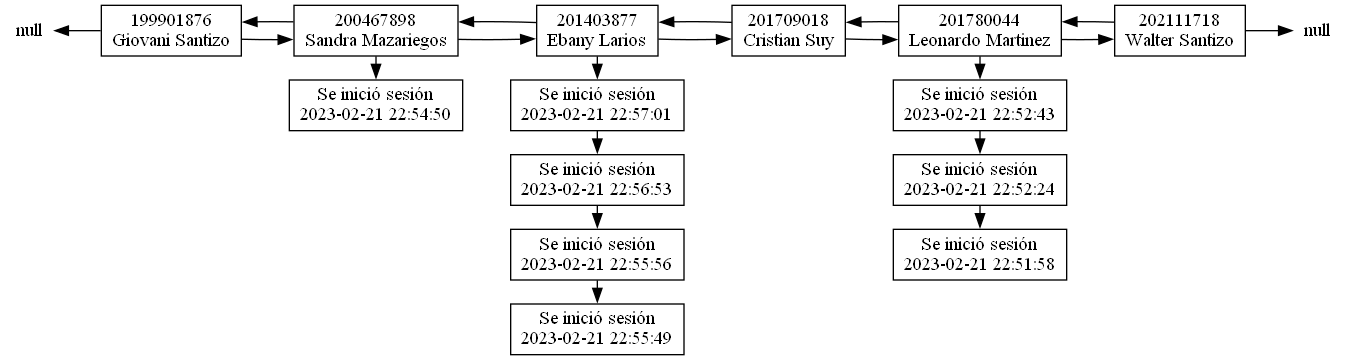
Before: EDD_Proyecto1_Fase1/Reportes/Lista.png, a diagram exported from Graphviz (walterjav19/EDD_1S2023_PY_202111718). Its source is kept beside it as EDD_Proyecto1_Fase1/Grafics/Lista.dot.
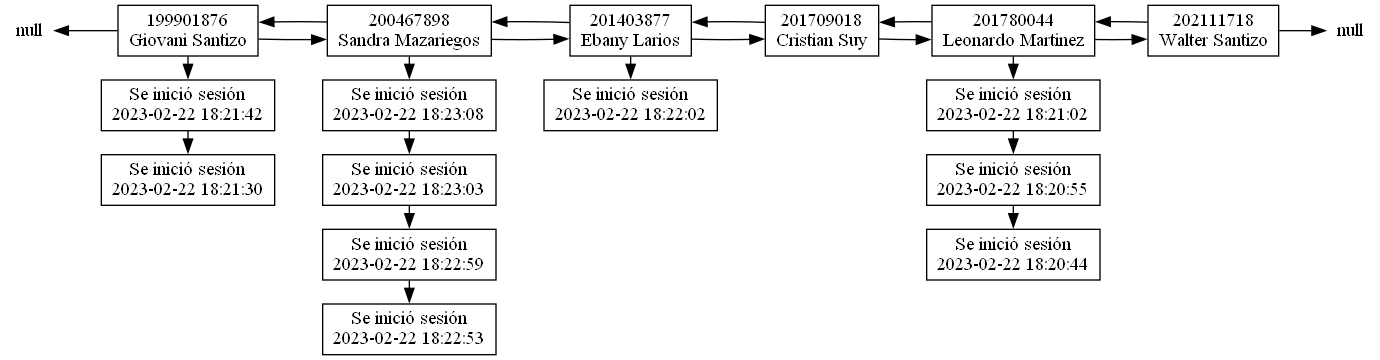
The same file after the commit.

Diff of the diagram source:
```diff
@@ -6,29 +6,36 @@
 	a199901876[label="199901876\nGiovani Santizo"]
 	a199901876->a200467898
 	nullI->a199901876[dir=back]
-			a200467898[label="200467898\nSandra Mazariegos"]
+			a199901876->n0
+	n0[label="Se inició sesión
+2023-02-22 18:21:42"]
+		n0->n1
+			n1[label="Se inició sesión
+2023-02-22 18:21:30"]
+		{rank=same;a199901876,n0,n1}
+a200467898[label="200467898\nSandra Mazariegos"]
 	a200467898->a201403877
 	a200467898->a199901876
 	a200467898->n20
 	n20[label="Se inició sesión
-2023-02-21 22:54:50"]
-		{rank=same;a200467898,n20}
+2023-02-22 18:23:08"]
+		n20->n21
+			n21[label="Se inició sesión
+2023-02-22 18:23:03"]
+		n21->n22
+			n22[label="Se inició sesión
+2023-02-22 18:22:59"]
+		n22->n23
+			n23[label="Se inició sesión
+2023-02-22 18:22:53"]
+		{rank=same;a200467898,n20,n21,n22,n23}
 a201403877[label="201403877\nEbany Larios"]
 	a201403877->a201709018
 	a201403877->a200467898
 	a201403877->n40
 	n40[label="Se inició sesión
-2023-02-21 22:57:01"]
-		n40->n41
-			n41[label="Se inició sesión
-2023-02-21 22:56:53"]
-		n41->n42
-			n42[label="Se inició sesión
-2023-02-21 22:55:56"]
-		n42->n43
-			n43[label="Se inició sesión
-2023-02-21 22:55:49"]
-		{rank=same;a201403877,n40,n41,n42,n43}
+2023-02-22 18:22:02"]
+		{rank=same;a201403877,n40}
 a201709018[label="201709018\nCristian Suy"]
 	a201709018->a201780044
 	a201709018->a201403877
@@ -37,13 +44,13 @@
 	a201780044->a201709018
 	a201780044->n80
 	n80[label="Se inició sesión
-2023-02-21 22:52:43"]
+2023-02-22 18:21:02"]
 		n80->n81
 			n81[label="Se inició sesión
-2023-02-21 22:52:24"]
+2023-02-22 18:20:55"]
 		n81->n82
 			n82[label="Se inició sesión
-2023-02-21 22:51:58"]
+2023-02-22 18:20:44"]
 		{rank=same;a201780044,n80,n81,n82}
 a202111718[label="202111718\nWalter Santizo"]
 	a202111718->a201780044
```
